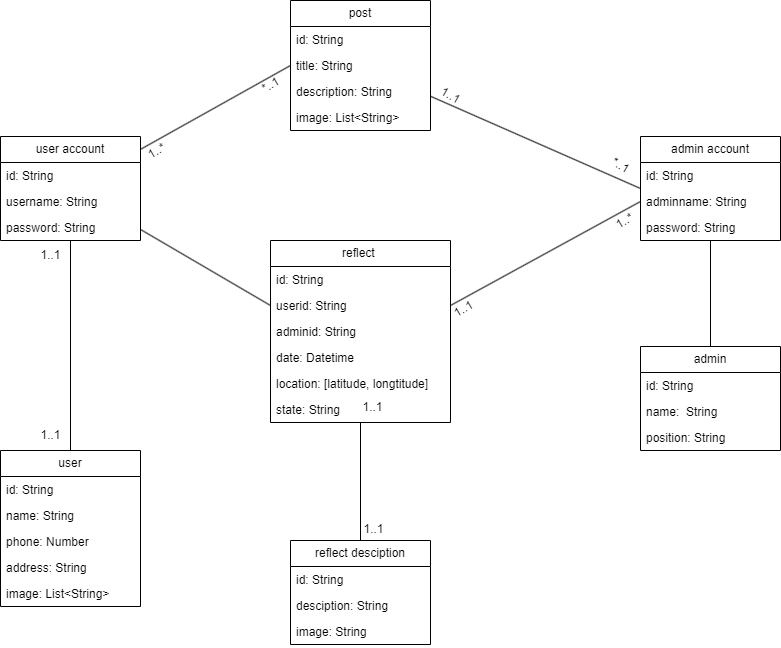
Before: Hệ Thống/class.png, a diagram exported from draw.io (shinoasada1907/My_Life_App). Source tidied: cells renumbered, new cells last; positions are measured from the earlier drawing's top-left corner, leaving out a move shared by most shapes.
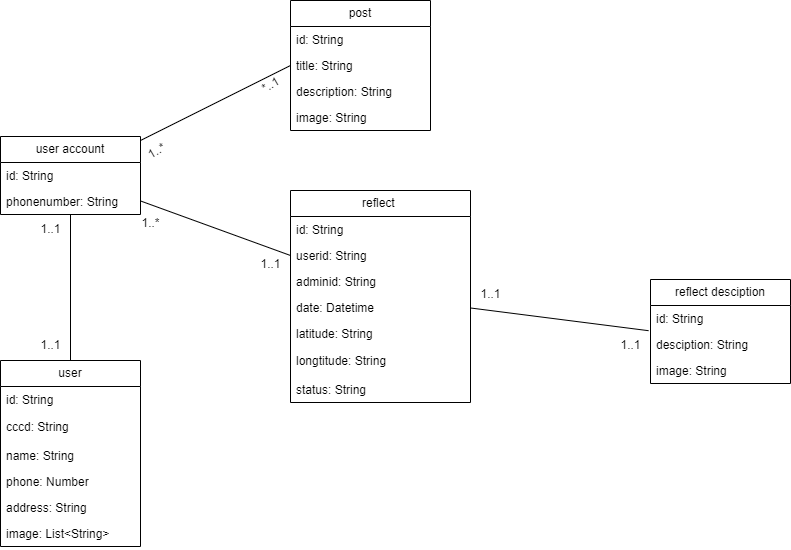
After the change.

The edit, as a diff of the source:
```diff
@@ -3,22 +3,25 @@
     <mxCell id="0" />
     <mxCell id="1" parent="0" />
     <mxCell id="2" value="user" style="swimlane;fontStyle=0;horizontal=1;startSize=26;fillColor=none;whiteSpace=wrap;html=1;" parent="1" vertex="1">
-      <mxGeometry y="450" width="140" height="156" as="geometry" />
+      <mxGeometry y="360" width="140" height="186" as="geometry" />
     </mxCell>
     <mxCell id="3" value="id: String" style="text;strokeColor=none;fillColor=none;align=left;verticalAlign=top;spacingLeft=4;spacingRight=4;overflow=hidden;whiteSpace=wrap;html=1;" parent="2" vertex="1">
       <mxGeometry y="26" width="140" height="26" as="geometry" />
     </mxCell>
+    <mxCell id="53" value="cccd: String" style="text;strokeColor=none;fillColor=none;align=left;verticalAlign=middle;spacingLeft=4;spacingRight=4;overflow=hidden;whiteSpace=wrap;html=1;" parent="2" vertex="1">
+      <mxGeometry y="52" width="140" height="30" as="geometry" />
+    </mxCell>
     <mxCell id="4" value="name: String" style="text;strokeColor=none;fillColor=none;align=left;verticalAlign=top;spacingLeft=4;spacingRight=4;overflow=hidden;whiteSpace=wrap;html=1;" parent="2" vertex="1">
-      <mxGeometry y="52" width="140" height="26" as="geometry" />
+      <mxGeometry y="82" width="140" height="26" as="geometry" />
     </mxCell>
     <mxCell id="5" value="phone: Number" style="text;strokeColor=none;fillColor=none;align=left;verticalAlign=top;spacingLeft=4;spacingRight=4;overflow=hidden;whiteSpace=wrap;html=1;" parent="2" vertex="1">
-      <mxGeometry y="78" width="140" height="26" as="geometry" />
+      <mxGeometry y="108" width="140" height="26" as="geometry" />
     </mxCell>
     <mxCell id="6" value="address: String" style="text;strokeColor=none;fillColor=none;align=left;verticalAlign=top;spacingLeft=4;spacingRight=4;overflow=hidden;whiteSpace=wrap;html=1;" parent="2" vertex="1">
-      <mxGeometry y="104" width="140" height="26" as="geometry" />
+      <mxGeometry y="134" width="140" height="26" as="geometry" />
     </mxCell>
     <mxCell id="7" value="image: List&amp;lt;String&amp;gt;" style="text;strokeColor=none;fillColor=none;align=left;verticalAlign=top;spacingLeft=4;spacingRight=4;overflow=hidden;whiteSpace=wrap;html=1;" parent="2" vertex="1">
-      <mxGeometry y="130" width="140" height="26" as="geometry" />
+      <mxGeometry y="160" width="140" height="26" as="geometry" />
     </mxCell>
     <mxCell id="8" style="edgeStyle=orthogonalEdgeStyle;rounded=0;jettySize=auto;html=1;entryX=0.5;entryY=0;entryDx=0;entryDy=0;endArrow=none;endFill=0;" parent="1" edge="1" source="11" target="2">
       <mxGeometry relative="1" as="geometry" />
@@ -30,35 +33,14 @@
       <mxGeometry relative="1" as="geometry" />
     </mxCell>
     <mxCell id="11" value="user account" style="swimlane;fontStyle=0;horizontal=1;startSize=26;fillColor=none;whiteSpace=wrap;html=1;" parent="1" vertex="1">
-      <mxGeometry y="136" width="140" height="104" as="geometry" />
+      <mxGeometry y="136" width="140" height="78" as="geometry" />
     </mxCell>
     <mxCell id="12" value="id: String" style="text;strokeColor=none;fillColor=none;align=left;verticalAlign=top;spacingLeft=4;spacingRight=4;overflow=hidden;whiteSpace=wrap;html=1;" parent="11" vertex="1">
       <mxGeometry y="26" width="140" height="26" as="geometry" />
     </mxCell>
-    <mxCell id="13" value="username: String" style="text;strokeColor=none;fillColor=none;align=left;verticalAlign=top;spacingLeft=4;spacingRight=4;overflow=hidden;whiteSpace=wrap;html=1;" parent="11" vertex="1">
+    <mxCell id="13" value="phonenumber: String" style="text;strokeColor=none;fillColor=none;align=left;verticalAlign=top;spacingLeft=4;spacingRight=4;overflow=hidden;whiteSpace=wrap;html=1;" parent="11" vertex="1">
       <mxGeometry y="52" width="140" height="26" as="geometry" />
     </mxCell>
-    <mxCell id="14" value="password: String" style="text;strokeColor=none;fillColor=none;align=left;verticalAlign=top;spacingLeft=4;spacingRight=4;overflow=hidden;whiteSpace=wrap;html=1;" parent="11" vertex="1">
-      <mxGeometry y="78" width="140" height="26" as="geometry" />
-    </mxCell>
-    <mxCell id="15" style="edgeStyle=none;rounded=0;jettySize=auto;html=1;endArrow=none;endFill=0;" parent="1" edge="1" source="16" target="49">
-      <mxGeometry relative="1" as="geometry" />
-    </mxCell>
-    <mxCell id="16" value="admin account" style="swimlane;fontStyle=0;horizontal=1;startSize=26;fillColor=none;whiteSpace=wrap;html=1;" parent="1" vertex="1">
-      <mxGeometry x="640" y="136" width="140" height="104" as="geometry" />
-    </mxCell>
-    <mxCell id="17" value="id: String" style="text;strokeColor=none;fillColor=none;align=left;verticalAlign=top;spacingLeft=4;spacingRight=4;overflow=hidden;whiteSpace=wrap;html=1;" parent="16" vertex="1">
-      <mxGeometry y="26" width="140" height="26" as="geometry" />
-    </mxCell>
-    <mxCell id="18" value="adminname: String" style="text;strokeColor=none;fillColor=none;align=left;verticalAlign=top;spacingLeft=4;spacingRight=4;overflow=hidden;points=[[0,0.5],[1,0.5]];portConstraint=eastwest;whiteSpace=wrap;html=1;" parent="16" vertex="1">
-      <mxGeometry y="52" width="140" height="26" as="geometry" />
-    </mxCell>
-    <mxCell id="19" value="password: String" style="text;strokeColor=none;fillColor=none;align=left;verticalAlign=top;spacingLeft=4;spacingRight=4;overflow=hidden;whiteSpace=wrap;html=1;" parent="16" vertex="1">
-      <mxGeometry y="78" width="140" height="26" as="geometry" />
-    </mxCell>
-    <mxCell id="20" style="edgeStyle=none;rounded=0;jettySize=auto;html=1;entryX=0;entryY=0.5;entryDx=0;entryDy=0;endArrow=none;endFill=0;" parent="1" edge="1" source="21" target="16">
-      <mxGeometry relative="1" as="geometry" />
-    </mxCell>
     <mxCell id="21" value="post" style="swimlane;fontStyle=0;horizontal=1;startSize=26;fillColor=none;whiteSpace=wrap;html=1;" parent="1" vertex="1">
       <mxGeometry x="290" width="140" height="130" as="geometry" />
     </mxCell>
@@ -71,14 +53,14 @@
     <mxCell id="24" value="description: String" style="text;strokeColor=none;fillColor=none;align=left;verticalAlign=top;spacingLeft=4;spacingRight=4;overflow=hidden;whiteSpace=wrap;html=1;" parent="21" vertex="1">
       <mxGeometry y="78" width="140" height="26" as="geometry" />
     </mxCell>
-    <mxCell id="25" value="image: List&amp;lt;String&amp;gt;" style="text;strokeColor=none;fillColor=none;align=left;verticalAlign=top;spacingLeft=4;spacingRight=4;overflow=hidden;whiteSpace=wrap;html=1;" parent="21" vertex="1">
+    <mxCell id="25" value="image: String" style="text;strokeColor=none;fillColor=none;align=left;verticalAlign=top;spacingLeft=4;spacingRight=4;overflow=hidden;whiteSpace=wrap;html=1;" parent="21" vertex="1">
       <mxGeometry y="104" width="140" height="26" as="geometry" />
     </mxCell>
-    <mxCell id="26" style="edgeStyle=none;rounded=0;jettySize=auto;html=1;entryX=0.5;entryY=0;entryDx=0;entryDy=0;endArrow=none;endFill=0;" parent="1" edge="1" source="27" target="34">
+    <mxCell id="26" style="edgeStyle=none;rounded=0;jettySize=auto;html=1;endArrow=none;endFill=0;entryX=-0.014;entryY=-0.031;entryDx=0;entryDy=0;entryPerimeter=0;" parent="1" edge="1" source="27" target="36">
       <mxGeometry relative="1" as="geometry" />
     </mxCell>
     <mxCell id="27" value="reflect&amp;nbsp;" style="swimlane;fontStyle=0;horizontal=1;startSize=26;fillColor=none;whiteSpace=wrap;html=1;" parent="1" vertex="1">
-      <mxGeometry x="270" y="240" width="180" height="182" as="geometry" />
+      <mxGeometry x="290" y="190" width="180" height="212" as="geometry" />
     </mxCell>
     <mxCell id="28" value="id: String" style="text;strokeColor=none;fillColor=none;align=left;verticalAlign=top;spacingLeft=4;spacingRight=4;overflow=hidden;whiteSpace=wrap;html=1;" parent="27" vertex="1">
       <mxGeometry y="26" width="180" height="26" as="geometry" />
@@ -92,14 +74,17 @@
     <mxCell id="31" value="date: Datetime" style="text;strokeColor=none;fillColor=none;align=left;verticalAlign=top;spacingLeft=4;spacingRight=4;overflow=hidden;whiteSpace=wrap;html=1;" parent="27" vertex="1">
       <mxGeometry y="104" width="180" height="26" as="geometry" />
     </mxCell>
-    <mxCell id="32" value="location: [latitude, longtitude]" style="text;strokeColor=none;fillColor=none;align=left;verticalAlign=top;spacingLeft=4;spacingRight=4;overflow=hidden;whiteSpace=wrap;html=1;" parent="27" vertex="1">
+    <mxCell id="32" value="latitude: String" style="text;strokeColor=none;fillColor=none;align=left;verticalAlign=top;spacingLeft=4;spacingRight=4;overflow=hidden;whiteSpace=wrap;html=1;" parent="27" vertex="1">
       <mxGeometry y="130" width="180" height="26" as="geometry" />
     </mxCell>
+    <mxCell id="54" value="longtitude: String" style="text;strokeColor=none;fillColor=none;align=left;verticalAlign=middle;spacingLeft=4;spacingRight=4;overflow=hidden;whiteSpace=wrap;html=1;" parent="27" vertex="1">
+      <mxGeometry y="156" width="180" height="30" as="geometry" />
+    </mxCell>
-    <mxCell id="33" value="state: String" style="text;strokeColor=none;fillColor=none;align=left;verticalAlign=top;spacingLeft=4;spacingRight=4;overflow=hidden;whiteSpace=wrap;html=1;" parent="27" vertex="1">
-      <mxGeometry y="156" width="180" height="26" as="geometry" />
+    <mxCell id="33" value="status: String" style="text;strokeColor=none;fillColor=none;align=left;verticalAlign=top;spacingLeft=4;spacingRight=4;overflow=hidden;whiteSpace=wrap;html=1;" parent="27" vertex="1">
+      <mxGeometry y="186" width="180" height="26" as="geometry" />
     </mxCell>
     <mxCell id="34" value="reflect desciption" style="swimlane;fontStyle=0;horizontal=1;startSize=26;fillColor=none;whiteSpace=wrap;html=1;" parent="1" vertex="1">
-      <mxGeometry x="290" y="540" width="140" height="104" as="geometry" />
+      <mxGeometry x="650" y="279" width="140" height="104" as="geometry" />
     </mxCell>
     <mxCell id="35" value="id: String" style="text;strokeColor=none;fillColor=none;align=left;verticalAlign=top;spacingLeft=4;spacingRight=4;overflow=hidden;whiteSpace=wrap;html=1;" parent="34" vertex="1">
       <mxGeometry y="26" width="140" height="26" as="geometry" />
@@ -110,14 +95,11 @@
     <mxCell id="37" value="image: String" style="text;strokeColor=none;fillColor=none;align=left;verticalAlign=top;spacingLeft=4;spacingRight=4;overflow=hidden;whiteSpace=wrap;html=1;" parent="34" vertex="1">
       <mxGeometry y="78" width="140" height="26" as="geometry" />
     </mxCell>
-    <mxCell id="38" style="edgeStyle=none;rounded=0;jettySize=auto;html=1;exitX=0;exitY=0.5;exitDx=0;exitDy=0;entryX=1;entryY=0.5;entryDx=0;entryDy=0;endArrow=none;endFill=0;" parent="1" edge="1" source="18" target="29">
-      <mxGeometry relative="1" as="geometry" />
-    </mxCell>
     <mxCell id="39" value="1..1" style="text;html=1;align=center;verticalAlign=middle;strokeColor=none;fillColor=none;" parent="1" vertex="1">
-      <mxGeometry x="30" y="240" width="40" height="30" as="geometry" />
+      <mxGeometry x="30" y="214" width="40" height="30" as="geometry" />
     </mxCell>
     <mxCell id="40" value="1..1" style="text;html=1;align=center;verticalAlign=middle;strokeColor=none;fillColor=none;" parent="1" vertex="1">
-      <mxGeometry x="30" y="420" width="40" height="30" as="geometry" />
+      <mxGeometry x="30" y="330" width="40" height="30" as="geometry" />
     </mxCell>
     <mxCell id="41" value="1..*" style="text;html=1;align=center;verticalAlign=middle;strokeColor=none;fillColor=none;rotation=-30;" parent="1" vertex="1">
       <mxGeometry x="136" y="136" width="40" height="30" as="geometry" />
@@ -125,35 +107,17 @@
     <mxCell id="42" value="*..1" style="text;html=1;align=center;verticalAlign=middle;strokeColor=none;fillColor=none;rotation=-30;" parent="1" vertex="1">
       <mxGeometry x="250" y="70" width="40" height="30" as="geometry" />
     </mxCell>
-    <mxCell id="43" value="1..1" style="text;html=1;align=center;verticalAlign=middle;strokeColor=none;fillColor=none;rotation=30;" parent="1" vertex="1">
-      <mxGeometry x="430" y="80" width="40" height="30" as="geometry" />
-    </mxCell>
-    <mxCell id="44" value="*..1" style="text;html=1;align=center;verticalAlign=middle;strokeColor=none;fillColor=none;rotation=30;" parent="1" vertex="1">
-      <mxGeometry x="600" y="150" width="40" height="30" as="geometry" />
-    </mxCell>
     <mxCell id="45" value="1..1" style="text;html=1;align=center;verticalAlign=middle;strokeColor=none;fillColor=none;" parent="1" vertex="1">
-      <mxGeometry x="352" y="392" width="40" height="30" as="geometry" />
+      <mxGeometry x="470" y="279" width="40" height="30" as="geometry" />
     </mxCell>
     <mxCell id="46" value="1..1" style="text;html=1;align=center;verticalAlign=middle;strokeColor=none;fillColor=none;" parent="1" vertex="1">
-      <mxGeometry x="353" y="514" width="40" height="30" as="geometry" />
+      <mxGeometry x="610" y="330" width="40" height="30" as="geometry" />
     </mxCell>
-    <mxCell id="47" value="1..*" style="text;html=1;align=center;verticalAlign=middle;strokeColor=none;fillColor=none;rotation=-30;" parent="1" vertex="1">
-      <mxGeometry x="604" y="206" width="40" height="30" as="geometry" />
+    <mxCell id="47" value="1..*" style="text;html=1;align=center;verticalAlign=middle;strokeColor=none;fillColor=none;" parent="1" vertex="1">
+      <mxGeometry x="130" y="208" width="40" height="30" as="geometry" />
     </mxCell>
-    <mxCell id="48" value="1..1" style="text;html=1;align=center;verticalAlign=middle;strokeColor=none;fillColor=none;rotation=-30;" parent="1" vertex="1">
-      <mxGeometry x="443" y="294" width="40" height="30" as="geometry" />
-    </mxCell>
-    <mxCell id="49" value="admin" style="swimlane;fontStyle=0;horizontal=1;startSize=26;fillColor=none;whiteSpace=wrap;html=1;" parent="1" vertex="1">
-      <mxGeometry x="640" y="346" width="140" height="104" as="geometry" />
-    </mxCell>
-    <mxCell id="50" value="id: String" style="text;strokeColor=none;fillColor=none;align=left;verticalAlign=top;spacingLeft=4;spacingRight=4;overflow=hidden;whiteSpace=wrap;html=1;" parent="49" vertex="1">
-      <mxGeometry y="26" width="140" height="26" as="geometry" />
-    </mxCell>
-    <mxCell id="51" value="name:&amp;nbsp; String" style="text;strokeColor=none;fillColor=none;align=left;verticalAlign=top;spacingLeft=4;spacingRight=4;overflow=hidden;whiteSpace=wrap;html=1;" parent="49" vertex="1">
-      <mxGeometry y="52" width="140" height="26" as="geometry" />
-    </mxCell>
-    <mxCell id="52" value="position: String" style="text;strokeColor=none;fillColor=none;align=left;verticalAlign=top;spacingLeft=4;spacingRight=4;overflow=hidden;whiteSpace=wrap;html=1;" parent="49" vertex="1">
-      <mxGeometry y="78" width="140" height="26" as="geometry" />
-    </mxCell>
+    <mxCell id="55" value="1..1" style="text;html=1;align=center;verticalAlign=middle;strokeColor=none;fillColor=none;" parent="1" vertex="1">
+      <mxGeometry x="250" y="249" width="40" height="30" as="geometry" />
+    </mxCell>
   </root>
 </mxGraphModel>
```
